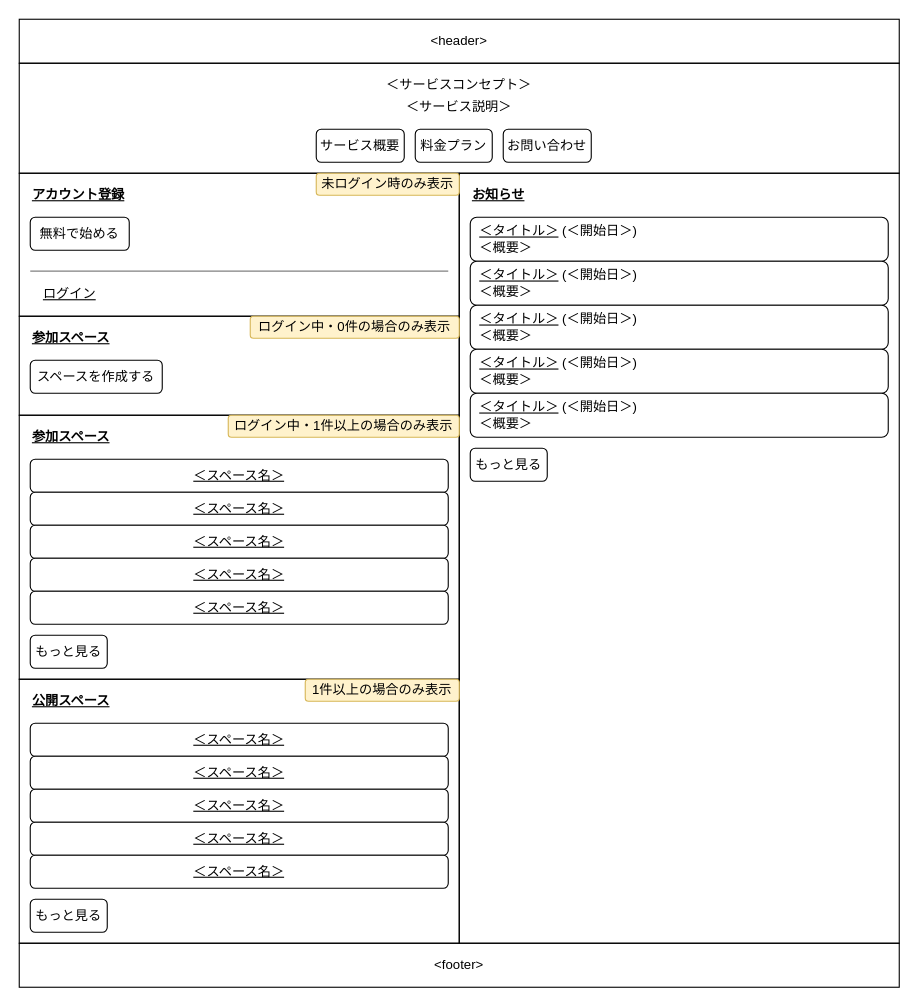
nightonlypj/rails-app-origin keeps this draw.io diagram as 設計/画面設計/トップページ.drawio. Above is the earlier version. Source tidied: cells renumbered, new cells numbered last; positions are measured from the earlier drawing's top-left corner, leaving out a move shared by most shapes. Both pictures are drawn from the tidied source at 110%, with x=0, y=0 at pixel (19, 19).
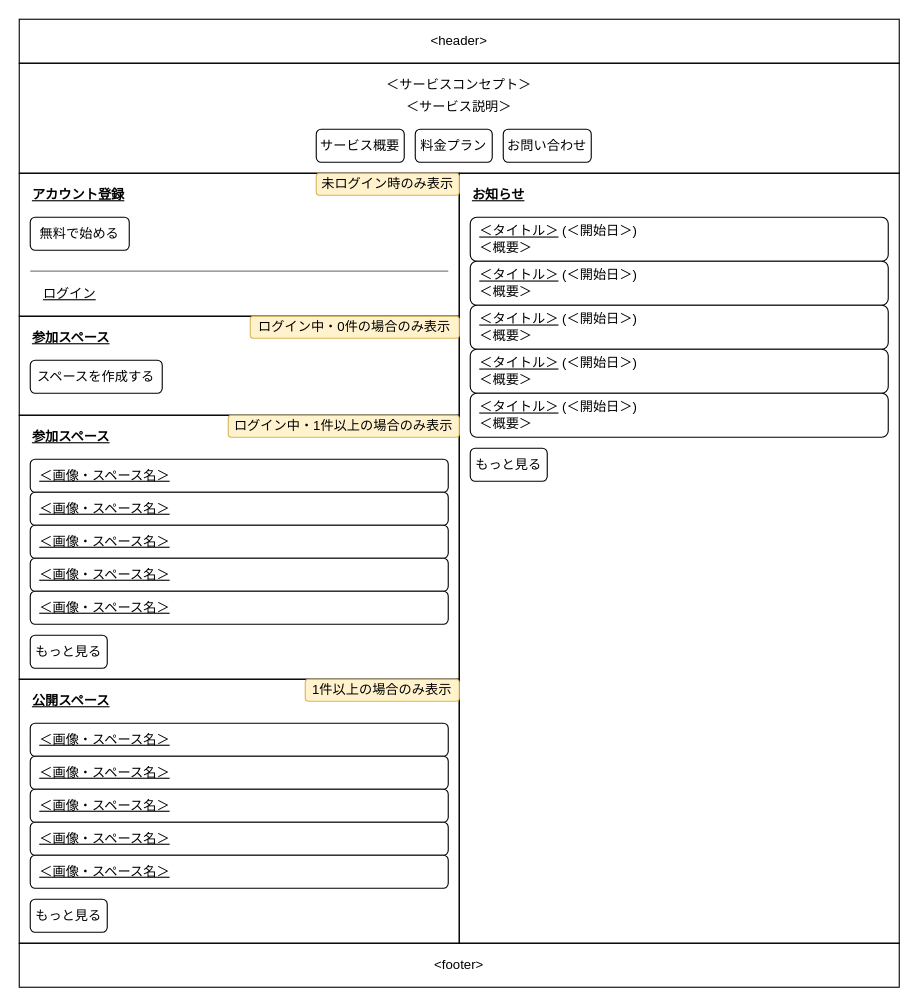
The same page after the edit.

The edit, as a diff of the source:
```diff
@@
-    <mxCell id="29" value="&lt;u&gt;＜スペース名＞&lt;/u&gt;" style="rounded=1;whiteSpace=wrap;html=1;align=center;" parent="1" vertex="1">
+    <mxCell id="29" value="&amp;nbsp;&amp;nbsp;&lt;u&gt;＜画像・スペース名＞&lt;/u&gt;" style="rounded=1;whiteSpace=wrap;html=1;align=left;" parent="1" vertex="1">
       <mxGeometry x="10" y="400" width="380" height="30" as="geometry" />
     </mxCell>
-    <mxCell id="30" value="&lt;u&gt;＜スペース名＞&lt;/u&gt;" style="rounded=1;whiteSpace=wrap;html=1;align=center;" parent="1" vertex="1">
+    <mxCell id="30" value="&amp;nbsp;&amp;nbsp;&lt;u&gt;＜画像・スペース名＞&lt;/u&gt;" style="rounded=1;whiteSpace=wrap;html=1;align=left;" parent="1" vertex="1">
       <mxGeometry x="10" y="430" width="380" height="30" as="geometry" />
     </mxCell>
-    <mxCell id="31" value="&lt;u&gt;＜スペース名＞&lt;/u&gt;" style="rounded=1;whiteSpace=wrap;html=1;align=center;" parent="1" vertex="1">
+    <mxCell id="31" value="&amp;nbsp;&amp;nbsp;&lt;u&gt;＜画像・スペース名＞&lt;/u&gt;" style="rounded=1;whiteSpace=wrap;html=1;align=left;" parent="1" vertex="1">
       <mxGeometry x="10" y="460" width="380" height="30" as="geometry" />
     </mxCell>
-    <mxCell id="32" value="&lt;u&gt;＜スペース名＞&lt;/u&gt;" style="rounded=1;whiteSpace=wrap;html=1;align=center;" parent="1" vertex="1">
+    <mxCell id="32" value="&amp;nbsp;&amp;nbsp;&lt;u&gt;＜画像・スペース名＞&lt;/u&gt;" style="rounded=1;whiteSpace=wrap;html=1;align=left;" parent="1" vertex="1">
       <mxGeometry x="10" y="490" width="380" height="30" as="geometry" />
     </mxCell>
-    <mxCell id="33" value="&lt;u&gt;＜スペース名＞&lt;/u&gt;" style="rounded=1;whiteSpace=wrap;html=1;align=center;" parent="1" vertex="1">
+    <mxCell id="33" value="&amp;nbsp;&amp;nbsp;&lt;u&gt;＜画像・スペース名＞&lt;/u&gt;" style="rounded=1;whiteSpace=wrap;html=1;align=left;" parent="1" vertex="1">
       <mxGeometry x="10" y="520" width="380" height="30" as="geometry" />
     </mxCell>
@@
-    <mxCell id="36" value="&lt;u&gt;＜スペース名＞&lt;/u&gt;" style="rounded=1;whiteSpace=wrap;html=1;align=center;" parent="1" vertex="1">
+    <mxCell id="36" value="&lt;span style=&quot;&quot;&gt;&amp;nbsp;&amp;nbsp;&lt;/span&gt;&lt;u style=&quot;&quot;&gt;＜画像・スペース名＞&lt;/u&gt;" style="rounded=1;whiteSpace=wrap;html=1;align=left;" parent="1" vertex="1">
       <mxGeometry x="10" y="640" width="380" height="30" as="geometry" />
     </mxCell>
-    <mxCell id="37" value="&lt;u&gt;＜スペース名＞&lt;/u&gt;" style="rounded=1;whiteSpace=wrap;html=1;align=center;" parent="1" vertex="1">
+    <mxCell id="37" value="&lt;span style=&quot;&quot;&gt;&amp;nbsp;&amp;nbsp;&lt;/span&gt;&lt;u style=&quot;&quot;&gt;＜画像・スペース名＞&lt;/u&gt;" style="rounded=1;whiteSpace=wrap;html=1;align=left;" parent="1" vertex="1">
       <mxGeometry x="10" y="670" width="380" height="30" as="geometry" />
     </mxCell>
-    <mxCell id="38" value="&lt;u&gt;＜スペース名＞&lt;/u&gt;" style="rounded=1;whiteSpace=wrap;html=1;align=center;" parent="1" vertex="1">
+    <mxCell id="38" value="&lt;span style=&quot;&quot;&gt;&amp;nbsp;&amp;nbsp;&lt;/span&gt;&lt;u style=&quot;&quot;&gt;＜画像・スペース名＞&lt;/u&gt;" style="rounded=1;whiteSpace=wrap;html=1;align=left;" parent="1" vertex="1">
       <mxGeometry x="10" y="700" width="380" height="30" as="geometry" />
     </mxCell>
-    <mxCell id="39" value="&lt;u&gt;＜スペース名＞&lt;/u&gt;" style="rounded=1;whiteSpace=wrap;html=1;align=center;" parent="1" vertex="1">
+    <mxCell id="39" value="&lt;span style=&quot;&quot;&gt;&amp;nbsp;&amp;nbsp;&lt;/span&gt;&lt;u style=&quot;&quot;&gt;＜画像・スペース名＞&lt;/u&gt;" style="rounded=1;whiteSpace=wrap;html=1;align=left;" parent="1" vertex="1">
       <mxGeometry x="10" y="730" width="380" height="30" as="geometry" />
     </mxCell>
-    <mxCell id="40" value="&lt;u&gt;＜スペース名＞&lt;/u&gt;" style="rounded=1;whiteSpace=wrap;html=1;align=center;" parent="1" vertex="1">
+    <mxCell id="40" value="&lt;span style=&quot;&quot;&gt;&amp;nbsp;&amp;nbsp;&lt;/span&gt;&lt;u style=&quot;&quot;&gt;＜画像・スペース名＞&lt;/u&gt;" style="rounded=1;whiteSpace=wrap;html=1;align=left;" parent="1" vertex="1">
       <mxGeometry x="10" y="760" width="380" height="30" as="geometry" />
     </mxCell>
```
